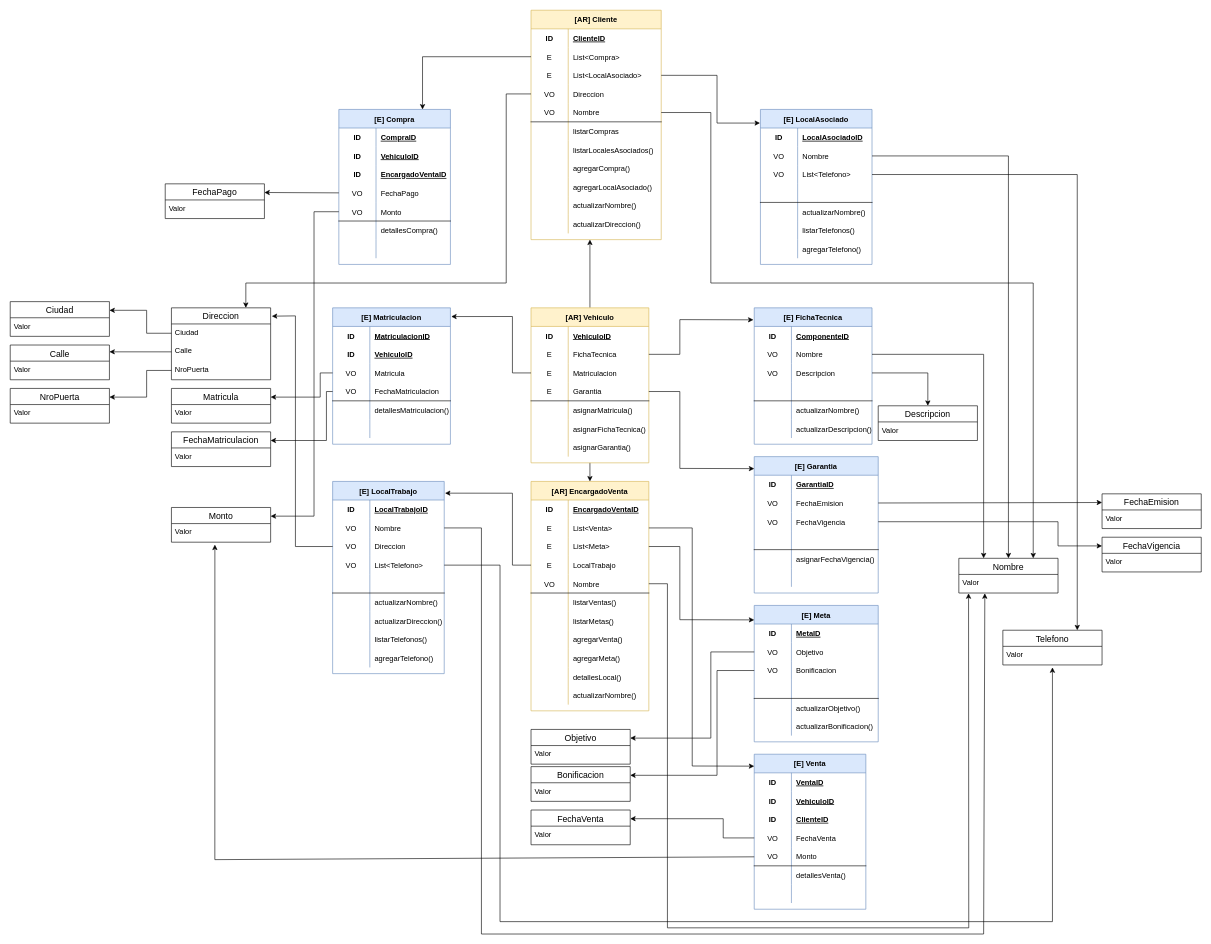
HenryFerreira/Reto-Final-DDD keeps this draw.io diagram as page "Modelo de dominio" (2 of 3) of Reto Final DDD.drawio. Above is the earlier version. Source tidied: cells renumbered, new cells numbered last; positions are measured from the earlier drawing's top-left corner, leaving out a move shared by most shapes. Both pictures are drawn from the tidied source at 62%, with x=0, y=0 at pixel (10, 10).
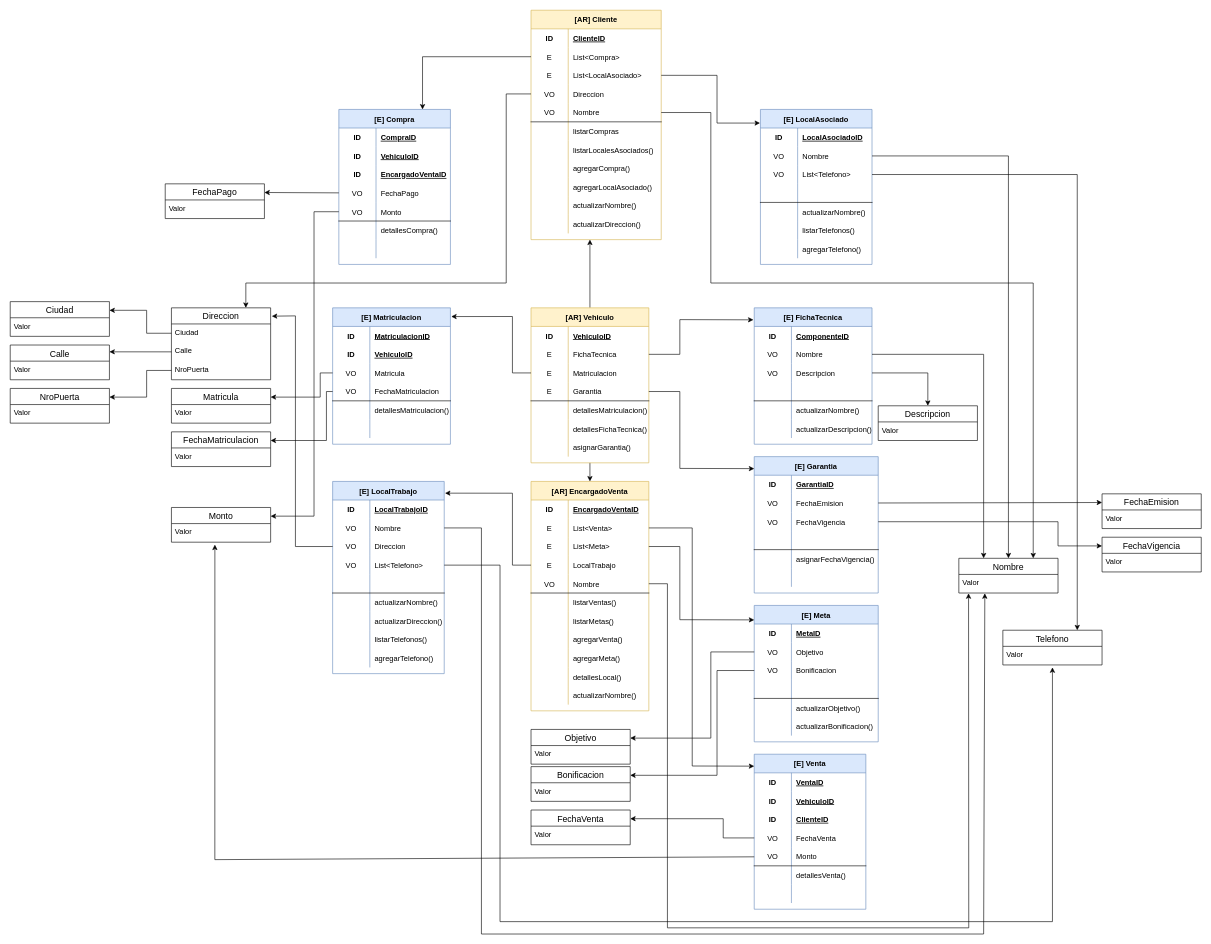
After the change.

Unchanged cells that the change refers to:
```xml
<mxCell id="51" style="shape=tableRow;horizontal=0;startSize=0;swimlaneHead=0;swimlaneBody=0;fillColor=none;top=0;left=0;right=0;bottom=0;" parent="38" vertex="1">
  <mxGeometry y="150" width="190" height="30" as="geometry" />
</mxCell>
<mxCell id="54" style="shape=tableRow;horizontal=0;startSize=0;swimlaneHead=0;swimlaneBody=0;fillColor=none;top=0;left=0;right=0;bottom=0;strokeColor=default;" parent="38" vertex="1">
  <mxGeometry y="180" width="190" height="30" as="geometry" />
</mxCell>
```

The edit, as a diff of the source:
```diff
@@
-    <mxCell id="53" value="asignarMatricula()" style="shape=partialRectangle;fillColor=none;top=0;left=0;bottom=0;right=0;align=left;spacingLeft=6;overflow=hidden;" parent="51" vertex="1">
+    <mxCell id="53" value="detallesMatriculacion()" style="shape=partialRectangle;fillColor=none;top=0;left=0;bottom=0;right=0;align=left;spacingLeft=6;overflow=hidden;" parent="51" vertex="1">
       <mxGeometry x="60" width="130" height="30" as="geometry" />
     </mxCell>
@@
-    <mxCell id="56" value="asignarFichaTecnica()" style="shape=partialRectangle;fillColor=none;top=0;left=0;bottom=0;right=0;align=left;spacingLeft=6;overflow=hidden;strokeColor=default;" parent="54" vertex="1">
+    <mxCell id="56" value="detallesFichaTecnica()" style="shape=partialRectangle;fillColor=none;top=0;left=0;bottom=0;right=0;align=left;spacingLeft=6;overflow=hidden;strokeColor=default;" parent="54" vertex="1">
       <mxGeometry x="60" width="130" height="30" as="geometry" />
     </mxCell>
```
